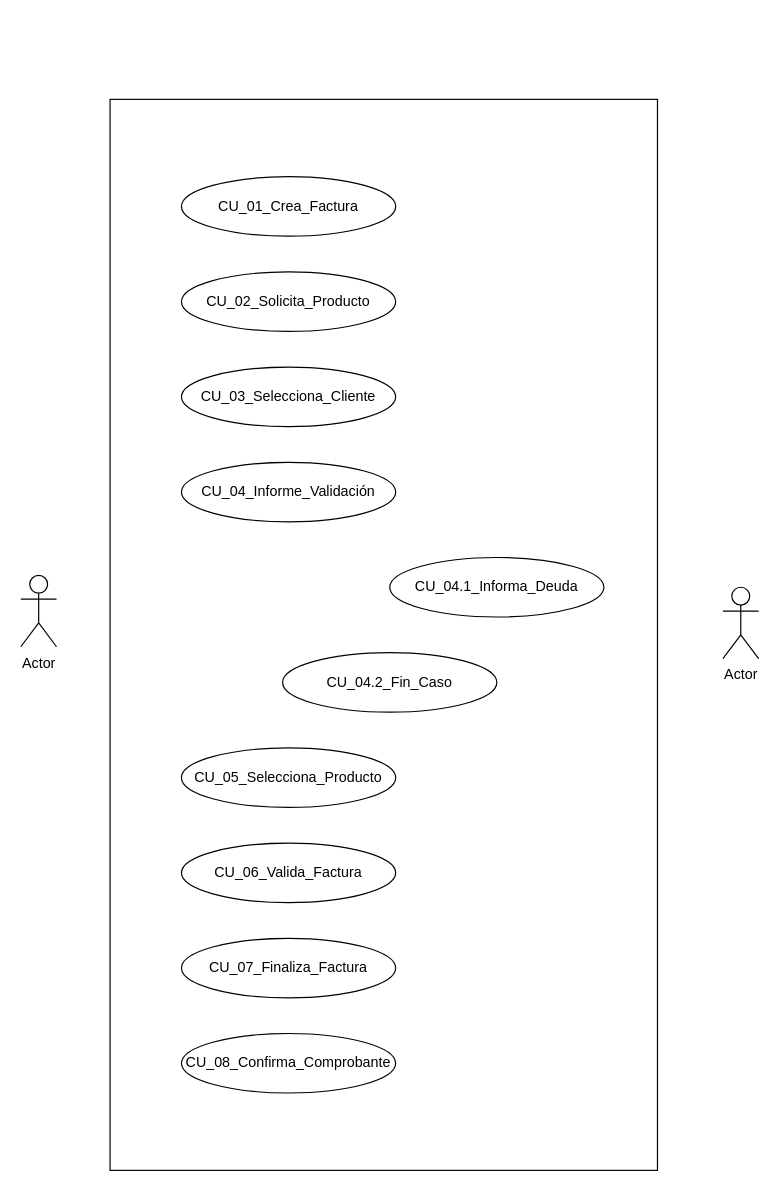
Before: Casos de uso Facturación.drawio in andreamorenom/Laboratorio-Empresarial, a draw.io diagram. Source tidied: cells renumbered, new cells numbered last; positions are measured from the earlier drawing's top-left corner, leaving out a move shared by most shapes. Both pictures are drawn from the tidied source at 119%, with x=0, y=0 at pixel (20, 99).
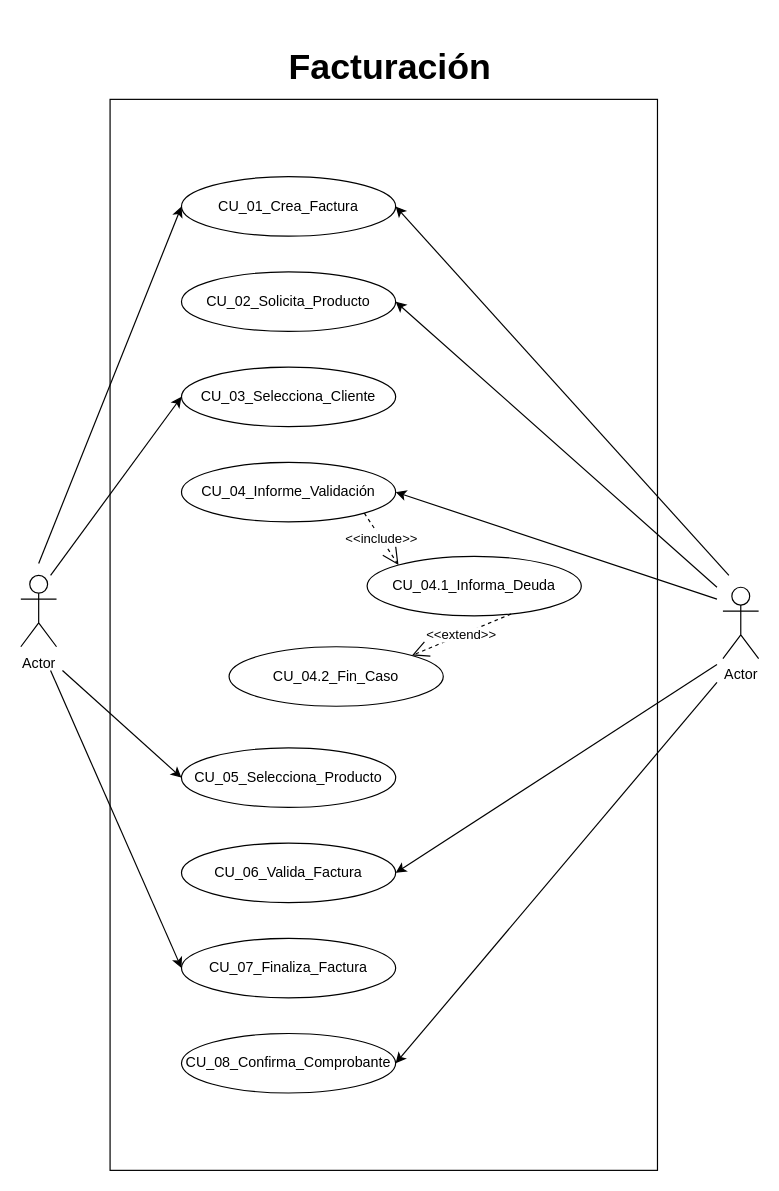
Above is the later version.

The change refers to these unchanged cells:
```xml
<mxCell id="5" value="CU_01_Crea_Factura" style="ellipse;whiteSpace=wrap;html=1;" parent="1" vertex="1">
  <mxGeometry x="135" y="65" width="180" height="50" as="geometry" />
</mxCell>
<mxCell id="7" value="CU_03_Selecciona_Cliente" style="ellipse;whiteSpace=wrap;html=1;" parent="1" vertex="1">
  <mxGeometry x="135" y="225" width="180" height="50" as="geometry" />
</mxCell>
<mxCell id="8" value="CU_04_Informe_Validación" style="ellipse;whiteSpace=wrap;html=1;" parent="1" vertex="1">
  <mxGeometry x="135" y="305" width="180" height="50" as="geometry" />
</mxCell>
<mxCell id="11" value="CU_05_Selecciona_Producto" style="ellipse;whiteSpace=wrap;html=1;" parent="1" vertex="1">
  <mxGeometry x="135" y="545" width="180" height="50" as="geometry" />
</mxCell>
<mxCell id="12" value="CU_06_Valida_Factura" style="ellipse;whiteSpace=wrap;html=1;" parent="1" vertex="1">
  <mxGeometry x="135" y="625" width="180" height="50" as="geometry" />
</mxCell>
<mxCell id="13" value="CU_07_Finaliza_Factura" style="ellipse;whiteSpace=wrap;html=1;" parent="1" vertex="1">
  <mxGeometry x="135" y="705" width="180" height="50" as="geometry" />
</mxCell>
<mxCell id="14" value="CU_08_Confirma_Comprobante" style="ellipse;whiteSpace=wrap;html=1;" parent="1" vertex="1">
  <mxGeometry x="135" y="785" width="180" height="50" as="geometry" />
</mxCell>
```

What changed in the source:
```diff
@@
     <mxCell id="9" value="CU_04.1_Informa_Deuda" style="ellipse;whiteSpace=wrap;html=1;" parent="1" vertex="1">
-      <mxGeometry x="310" y="385" width="180" height="50" as="geometry" />
+      <mxGeometry x="291" y="384" width="180" height="50" as="geometry" />
     </mxCell>
     <mxCell id="10" value="CU_04.2_Fin_Caso" style="ellipse;whiteSpace=wrap;html=1;" parent="1" vertex="1">
-      <mxGeometry x="220" y="465" width="180" height="50" as="geometry" />
+      <mxGeometry x="175" y="460" width="180" height="50" as="geometry" />
     </mxCell>
@@
+    <mxCell id="15" style="endArrow=classic;html=1;rounded=0;entryX=0;entryY=0.5;entryDx=0;entryDy=0;" parent="1" edge="1" target="5">
+      <mxGeometry relative="1" as="geometry">
+        <mxPoint x="15" y="390" as="sourcePoint" />
+      </mxGeometry>
+    </mxCell>
+    <mxCell id="16" style="endArrow=classic;html=1;rounded=0;entryX=0;entryY=0.5;entryDx=0;entryDy=0;" parent="1" edge="1" target="7">
+      <mxGeometry relative="1" as="geometry">
+        <mxPoint x="25" y="400" as="sourcePoint" />
+      </mxGeometry>
+    </mxCell>
+    <mxCell id="17" style="endArrow=classic;html=1;rounded=0;entryX=0;entryY=0.5;entryDx=0;entryDy=0;" parent="1" edge="1" target="11">
+      <mxGeometry relative="1" as="geometry">
+        <mxPoint x="35" y="480" as="sourcePoint" />
+      </mxGeometry>
+    </mxCell>
+    <mxCell id="18" style="endArrow=classic;html=1;rounded=0;entryX=0;entryY=0.5;entryDx=0;entryDy=0;" parent="1" edge="1" target="13">
+      <mxGeometry relative="1" as="geometry">
+        <mxPoint x="25" y="480" as="sourcePoint" />
+      </mxGeometry>
+    </mxCell>
+    <mxCell id="19" style="endArrow=classic;html=1;rounded=0;entryX=1;entryY=0.5;entryDx=0;entryDy=0;" parent="1" edge="1" target="5">
+      <mxGeometry relative="1" as="geometry">
+        <mxPoint x="595" y="400" as="sourcePoint" />
+      </mxGeometry>
+    </mxCell>
+    <mxCell id="20" style="endArrow=classic;html=1;rounded=0;entryX=1;entryY=0.5;entryDx=0;entryDy=0;" parent="1" edge="1">
+      <mxGeometry relative="1" as="geometry">
+        <mxPoint x="585" y="410" as="sourcePoint" />
+        <mxPoint x="315" y="170" as="targetPoint" />
+      </mxGeometry>
+    </mxCell>
+    <mxCell id="21" style="endArrow=classic;html=1;rounded=0;entryX=1;entryY=0.5;entryDx=0;entryDy=0;" parent="1" edge="1" target="8">
+      <mxGeometry relative="1" as="geometry">
+        <mxPoint x="585" y="420" as="sourcePoint" />
+      </mxGeometry>
+    </mxCell>
+    <mxCell id="22" value="&amp;lt;&amp;lt;include&amp;gt;&amp;gt;" style="endArrow=open;endSize=12;dashed=1;html=1;rounded=0;entryX=0;entryY=0;entryDx=0;entryDy=0;exitX=1;exitY=1;exitDx=0;exitDy=0;" parent="1" edge="1" source="8" target="9">
+      <mxGeometry relative="1" as="geometry" />
+    </mxCell>
+    <mxCell id="23" value="&amp;lt;&amp;lt;extend&amp;gt;&amp;gt;" style="endArrow=open;endSize=12;dashed=1;html=1;rounded=0;entryX=1;entryY=0;entryDx=0;entryDy=0;exitX=0.672;exitY=0.969;exitDx=0;exitDy=0;exitPerimeter=0;" parent="1" edge="1" source="9" target="10">
+      <mxGeometry relative="1" as="geometry" />
+    </mxCell>
+    <mxCell id="24" style="endArrow=classic;html=1;rounded=0;entryX=1;entryY=0.5;entryDx=0;entryDy=0;" parent="1" edge="1" target="12">
+      <mxGeometry relative="1" as="geometry">
+        <mxPoint x="585" y="475" as="sourcePoint" />
+      </mxGeometry>
+    </mxCell>
+    <mxCell id="25" style="endArrow=classic;html=1;rounded=0;entryX=1;entryY=0.5;entryDx=0;entryDy=0;" parent="1" edge="1" target="14">
+      <mxGeometry relative="1" as="geometry">
+        <mxPoint x="585" y="490" as="sourcePoint" />
+      </mxGeometry>
+    </mxCell>
+    <mxCell id="26" value="&lt;h1&gt;Facturación&lt;/h1&gt;" style="text;html=1;align=center;verticalAlign=middle;whiteSpace=wrap;rounded=0;fontSize=15;" parent="1" vertex="1">
+      <mxGeometry x="218" y="-53" width="185" height="50" as="geometry" />
+    </mxCell>
```
